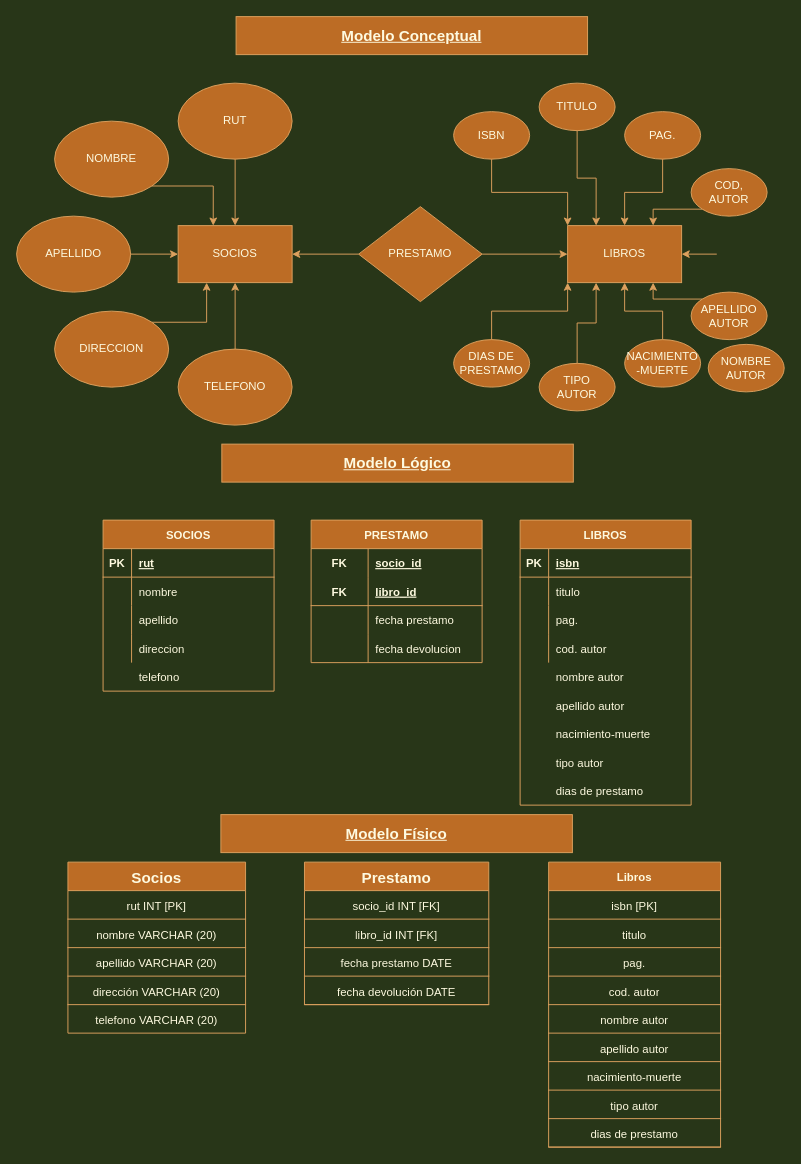
LinkCL001/Prueba_Biblioteca keeps this draw.io diagram as Untitled Diagram.drawio. Above is the earlier version. Source tidied: cells renumbered, new cells numbered last; positions are measured from the earlier drawing's top-left corner, leaving out a move shared by most shapes. Both pictures are drawn from the tidied source at 95%, with x=0, y=0 at pixel (16, 16).
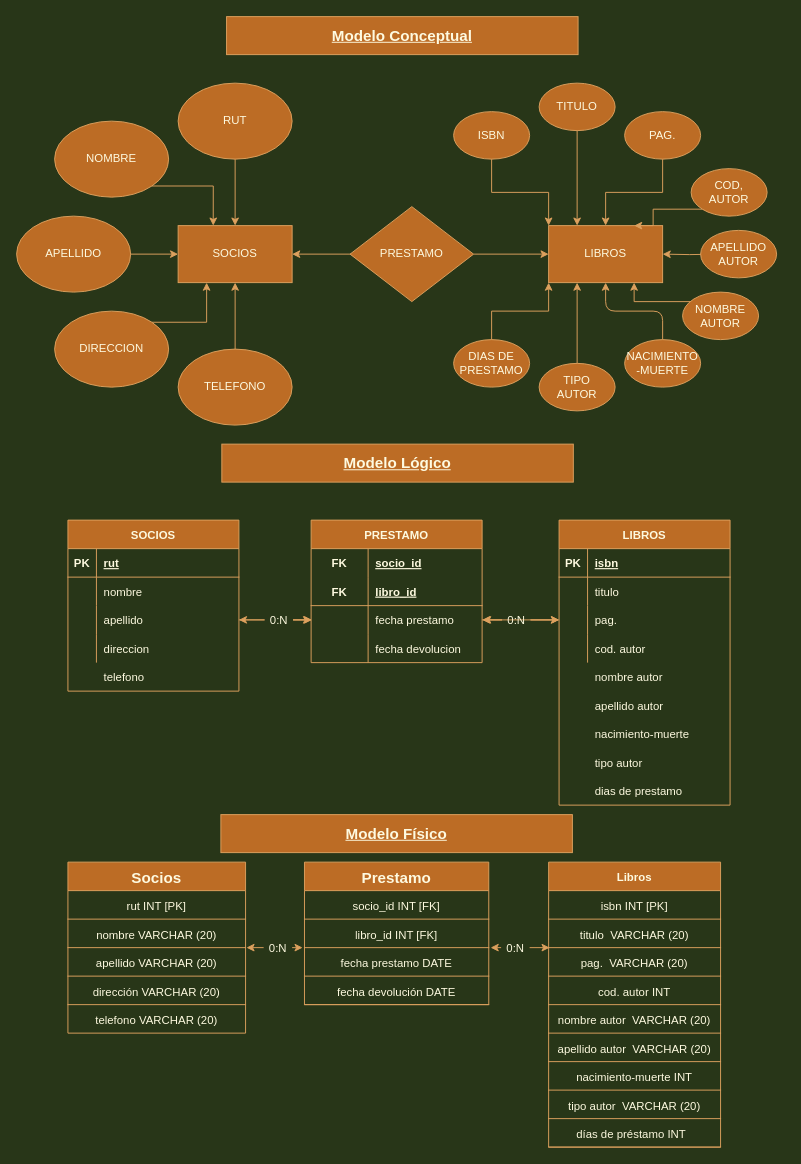
After the change.

The change refers to these unchanged cells:
```xml
<mxCell id="30" value="NACIMIENTO&lt;br&gt;-MUERTE" style="ellipse;whiteSpace=wrap;html=1;fillColor=#BC6C25;strokeColor=#DDA15E;fontColor=#FEFAE0;" parent="1" vertex="1">
  <mxGeometry x="640" y="340" width="80" height="50" as="geometry" />
</mxCell>
<mxCell id="42" style="shape=partialRectangle;fillColor=none;top=0;left=0;bottom=0;right=0;points=[[0,0.5],[1,0.5]];portConstraint=eastwest;strokeColor=#DDA15E;fontColor=#FEFAE0;" parent="35" vertex="1">
  <mxGeometry y="90" width="180" height="30" as="geometry" />
</mxCell>
<mxCell id="55" style="shape=partialRectangle;fillColor=none;top=0;left=0;bottom=0;right=0;points=[[0,0.5],[1,0.5]];portConstraint=eastwest;strokeColor=#DDA15E;fontColor=#FEFAE0;" parent="48" vertex="1">
  <mxGeometry y="90" width="180" height="30" as="geometry" />
</mxCell>
<mxCell id="68" style="shape=partialRectangle;fillColor=none;top=0;left=0;bottom=0;right=0;points=[[0,0.5],[1,0.5]];portConstraint=eastwest;strokeColor=#DDA15E;fontColor=#FEFAE0;" parent="61" vertex="1">
  <mxGeometry y="90" width="180" height="30" as="geometry" />
</mxCell>
<mxCell id="88" style="shape=partialRectangle;html=1;whiteSpace=wrap;fillColor=none;top=0;left=0;bottom=1;right=0;points=[[0,0.5],[1,0.5]];portConstraint=eastwest;fontSize=16;strokeColor=#DDA15E;fontColor=#FEFAE0;" parent="83" vertex="1">
  <mxGeometry y="90" width="187" height="30" as="geometry" />
</mxCell>
<mxCell id="98" style="shape=partialRectangle;html=1;whiteSpace=wrap;fillColor=none;top=0;left=0;bottom=1;right=0;points=[[0,0.5],[1,0.5]];portConstraint=eastwest;fontSize=16;strokeColor=#DDA15E;fontColor=#FEFAE0;" parent="93" vertex="1">
  <mxGeometry y="90" width="194" height="30" as="geometry" />
</mxCell>
<mxCell id="103" style="shape=partialRectangle;html=1;whiteSpace=wrap;fillColor=none;top=0;left=0;bottom=1;right=0;fontSize=16;strokeColor=#DDA15E;fontColor=#FEFAE0;" parent="102" vertex="1">
  <mxGeometry y="30" width="181" height="30" as="geometry" />
</mxCell>
<mxCell id="105" style="shape=partialRectangle;html=1;whiteSpace=wrap;fillColor=none;top=0;left=0;bottom=1;right=0;fontSize=16;strokeColor=#DDA15E;fontColor=#FEFAE0;" parent="102" vertex="1">
  <mxGeometry y="60" width="181" height="30" as="geometry" />
</mxCell>
<mxCell id="107" style="shape=partialRectangle;html=1;whiteSpace=wrap;fillColor=none;top=0;left=0;bottom=1;right=0;points=[[0,0.5],[1,0.5]];portConstraint=eastwest;fontSize=16;strokeColor=#DDA15E;fontColor=#FEFAE0;" parent="102" vertex="1">
  <mxGeometry y="90" width="181" height="30" as="geometry" />
</mxCell>
<mxCell id="109" style="shape=partialRectangle;html=1;whiteSpace=wrap;fillColor=none;top=0;left=0;bottom=1;right=0;fontSize=16;strokeColor=#DDA15E;fontColor=#FEFAE0;" parent="102" vertex="1">
  <mxGeometry y="120" width="181" height="30" as="geometry" />
</mxCell>
<mxCell id="113" style="shape=partialRectangle;html=1;whiteSpace=wrap;fillColor=none;top=0;left=0;bottom=1;right=0;fontSize=16;strokeColor=#DDA15E;fontColor=#FEFAE0;" parent="102" vertex="1">
  <mxGeometry y="180" width="181" height="30" as="geometry" />
</mxCell>
<mxCell id="115" style="shape=partialRectangle;html=1;whiteSpace=wrap;fillColor=none;top=0;left=0;bottom=1;right=0;fontSize=16;strokeColor=#DDA15E;fontColor=#FEFAE0;" parent="102" vertex="1">
  <mxGeometry y="210" width="181" height="30" as="geometry" />
</mxCell>
<mxCell id="117" style="shape=partialRectangle;html=1;whiteSpace=wrap;fillColor=none;top=0;left=0;bottom=1;right=0;fontSize=16;strokeColor=#DDA15E;fontColor=#FEFAE0;" parent="102" vertex="1">
  <mxGeometry y="240" width="181" height="30" as="geometry" />
</mxCell>
<mxCell id="119" style="shape=partialRectangle;html=1;whiteSpace=wrap;fillColor=none;top=0;left=0;bottom=1;right=0;fontSize=16;strokeColor=#DDA15E;fontColor=#FEFAE0;" parent="102" vertex="1">
  <mxGeometry y="270" width="181" height="30" as="geometry" />
</mxCell>
```

The edit, as a diff of the source:
```diff
@@
     <mxCell id="3" value="LIBROS" style="rounded=0;whiteSpace=wrap;html=1;fillColor=#BC6C25;strokeColor=#DDA15E;fontColor=#FEFAE0;" parent="1" vertex="1">
-      <mxGeometry x="580" y="220" width="120" height="60" as="geometry" />
+      <mxGeometry x="560" y="220" width="120" height="60" as="geometry" />
     </mxCell>
@@
     <mxCell id="16" value="&lt;span&gt;PRESTAMO&lt;/span&gt;" style="rhombus;whiteSpace=wrap;html=1;fillColor=#BC6C25;strokeColor=#DDA15E;fontColor=#FEFAE0;" parent="1" vertex="1">
-      <mxGeometry x="360" y="200" width="130" height="100" as="geometry" />
+      <mxGeometry x="351" y="200" width="130" height="100" as="geometry" />
     </mxCell>
@@
+    <mxCell id="122" style="edgeStyle=orthogonalEdgeStyle;rounded=0;jettySize=auto;html=1;exitX=0;exitY=0;exitDx=0;exitDy=0;entryX=0.75;entryY=1;entryDx=0;entryDy=0;strokeColor=#DDA15E;fontColor=#FEFAE0;labelBackgroundColor=#283618;" parent="1" edge="1" source="26" target="3">
+      <mxGeometry relative="1" as="geometry">
+        <Array as="points">
+          <mxPoint x="713" y="300" />
+          <mxPoint x="650" y="300" />
+        </Array>
+      </mxGeometry>
+    </mxCell>
     <mxCell id="26" value="NOMBRE&lt;br&gt;AUTOR" style="ellipse;whiteSpace=wrap;html=1;fillColor=#BC6C25;strokeColor=#DDA15E;fontColor=#FEFAE0;" parent="1" vertex="1">
-      <mxGeometry x="728" y="345" width="80" height="50" as="geometry" />
+      <mxGeometry x="701" y="290" width="80" height="50" as="geometry" />
     </mxCell>
-    <mxCell id="27" style="edgeStyle=orthogonalEdgeStyle;rounded=0;jettySize=auto;html=1;exitX=0;exitY=0;exitDx=0;exitDy=0;entryX=0.75;entryY=1;entryDx=0;entryDy=0;strokeColor=#DDA15E;fontColor=#FEFAE0;labelBackgroundColor=#283618;" parent="1" edge="1" source="28" target="3">
-      <mxGeometry relative="1" as="geometry">
-        <Array as="points">
-          <mxPoint x="670" y="297" />
-        </Array>
-      </mxGeometry>
-    </mxCell>
     <mxCell id="28" value="APELLIDO&lt;br&gt;AUTOR" style="ellipse;whiteSpace=wrap;html=1;fillColor=#BC6C25;strokeColor=#DDA15E;fontColor=#FEFAE0;" parent="1" vertex="1">
-      <mxGeometry x="710" y="290" width="80" height="50" as="geometry" />
+      <mxGeometry x="720" y="225" width="80" height="50" as="geometry" />
     </mxCell>
-    <mxCell id="29" style="edgeStyle=orthogonalEdgeStyle;rounded=0;jettySize=auto;html=1;exitX=0.5;exitY=0;exitDx=0;exitDy=0;entryX=0.5;entryY=1;entryDx=0;entryDy=0;strokeColor=#DDA15E;fontColor=#FEFAE0;labelBackgroundColor=#283618;" parent="1" edge="1" source="30" target="3">
+    <mxCell id="29" style="edgeStyle=orthogonalEdgeStyle;curved=0;rounded=1;sketch=0;jettySize=auto;html=1;exitX=0.5;exitY=0;exitDx=0;exitDy=0;entryX=0.5;entryY=1;entryDx=0;entryDy=0;fontColor=#FEFAE0;strokeColor=#DDA15E;fillColor=#BC6C25;" parent="1" edge="1" source="30" target="3">
       <mxGeometry relative="1" as="geometry" />
     </mxCell>
@@
     <mxCell id="35" value="SOCIOS" style="shape=table;startSize=30;childLayout=tableLayout;rowLines=0;fontStyle=1;align=center;fillColor=#BC6C25;strokeColor=#DDA15E;fontColor=#FEFAE0;" parent="1" vertex="1">
-      <mxGeometry x="91" y="530" width="180" height="180" as="geometry" />
+      <mxGeometry x="54" y="530" width="180" height="180" as="geometry" />
     </mxCell>
@@
     <mxCell id="61" value="LIBROS" style="shape=table;startSize=30;childLayout=tableLayout;rowLines=0;fontStyle=1;align=center;fillColor=#BC6C25;strokeColor=#DDA15E;fontColor=#FEFAE0;" parent="1" vertex="1">
-      <mxGeometry x="530" y="530" width="180" height="300" as="geometry" />
+      <mxGeometry x="571" y="530" width="180" height="300" as="geometry" />
     </mxCell>
@@
     <mxCell id="74" value="telefono" style="shape=partialRectangle;fillColor=none;top=0;left=0;bottom=0;right=0;align=left;spacingLeft=6;overflow=hidden;strokeColor=#DDA15E;fontColor=#FEFAE0;" parent="1" vertex="1">
-      <mxGeometry x="121" y="680" width="150" height="30" as="geometry" />
+      <mxGeometry x="84" y="680" width="150" height="30" as="geometry" />
     </mxCell>
     <mxCell id="75" value="nombre autor" style="shape=partialRectangle;fillColor=none;top=0;left=0;bottom=0;right=0;align=left;spacingLeft=6;overflow=hidden;strokeColor=#DDA15E;fontColor=#FEFAE0;" parent="1" vertex="1">
-      <mxGeometry x="560" y="680" width="150" height="30" as="geometry" />
+      <mxGeometry x="601" y="680" width="150" height="30" as="geometry" />
     </mxCell>
     <mxCell id="76" value="apellido autor" style="shape=partialRectangle;fillColor=none;top=0;left=0;bottom=0;right=0;align=left;spacingLeft=6;overflow=hidden;strokeColor=#DDA15E;fontColor=#FEFAE0;" parent="1" vertex="1">
-      <mxGeometry x="560" y="710" width="150" height="30" as="geometry" />
+      <mxGeometry x="601" y="710" width="150" height="30" as="geometry" />
     </mxCell>
     <mxCell id="77" value="nacimiento-muerte" style="shape=partialRectangle;fillColor=none;top=0;left=0;bottom=0;right=0;align=left;spacingLeft=6;overflow=hidden;strokeColor=#DDA15E;fontColor=#FEFAE0;" parent="1" vertex="1">
-      <mxGeometry x="560" y="740" width="150" height="30" as="geometry" />
+      <mxGeometry x="601" y="740" width="150" height="30" as="geometry" />
     </mxCell>
     <mxCell id="78" value="tipo autor" style="shape=partialRectangle;fillColor=none;top=0;left=0;bottom=0;right=0;align=left;spacingLeft=6;overflow=hidden;strokeColor=#DDA15E;fontColor=#FEFAE0;" parent="1" vertex="1">
-      <mxGeometry x="560" y="770" width="150" height="30" as="geometry" />
+      <mxGeometry x="601" y="770" width="150" height="30" as="geometry" />
     </mxCell>
     <mxCell id="79" value="dias de prestamo" style="shape=partialRectangle;fillColor=none;top=0;left=0;bottom=0;right=0;align=left;spacingLeft=6;overflow=hidden;strokeColor=#DDA15E;fontColor=#FEFAE0;" parent="1" vertex="1">
-      <mxGeometry x="560" y="800" width="150" height="30" as="geometry" />
+      <mxGeometry x="601" y="800" width="150" height="30" as="geometry" />
     </mxCell>
     <mxCell id="80" value="Modelo Conceptual" style="text;html=1;strokeColor=#DDA15E;fillColor=#BC6C25;align=center;verticalAlign=middle;whiteSpace=wrap;rounded=0;fontSize=16;fontStyle=5;fontColor=#FEFAE0;" parent="1" vertex="1">
-      <mxGeometry x="231" width="370" height="40" as="geometry" />
+      <mxGeometry x="221" width="370" height="40" as="geometry" />
     </mxCell>
@@
-    <mxCell id="104" value="&lt;span style=&quot;font-size: 12px ; text-align: left&quot;&gt;isbn [PK]&lt;/span&gt;" style="shape=partialRectangle;html=1;whiteSpace=wrap;fillColor=none;top=0;left=0;bottom=0;right=0;overflow=hidden;fontSize=16;strokeColor=#DDA15E;fontColor=#FEFAE0;" parent="103" vertex="1">
+    <mxCell id="104" value="&lt;span style=&quot;font-size: 12px ; text-align: left&quot;&gt;isbn INT [PK]&lt;/span&gt;" style="shape=partialRectangle;html=1;whiteSpace=wrap;fillColor=none;top=0;left=0;bottom=0;right=0;overflow=hidden;fontSize=16;strokeColor=#DDA15E;fontColor=#FEFAE0;" parent="103" vertex="1">
       <mxGeometry width="181" height="30" as="geometry" />
     </mxCell>
@@
-    <mxCell id="106" value="&lt;span style=&quot;font-size: 12px ; text-align: left&quot;&gt;titulo&lt;/span&gt;" style="shape=partialRectangle;html=1;whiteSpace=wrap;fillColor=none;top=0;left=0;bottom=0;right=0;overflow=hidden;fontSize=16;strokeColor=#DDA15E;fontColor=#FEFAE0;" parent="105" vertex="1">
+    <mxCell id="106" value="&lt;span style=&quot;font-size: 12px ; text-align: left&quot;&gt;titulo&amp;nbsp;&lt;/span&gt;&lt;span style=&quot;font-size: 12px ; text-align: left&quot;&gt;&amp;nbsp;VARCHAR (20)&lt;/span&gt;" style="shape=partialRectangle;html=1;whiteSpace=wrap;fillColor=none;top=0;left=0;bottom=0;right=0;overflow=hidden;fontSize=16;strokeColor=#DDA15E;fontColor=#FEFAE0;" parent="105" vertex="1">
       <mxGeometry width="181" height="30" as="geometry" />
     </mxCell>
@@
-    <mxCell id="108" value="&lt;span style=&quot;font-size: 12px ; text-align: left&quot;&gt;pag.&lt;/span&gt;" style="shape=partialRectangle;html=1;whiteSpace=wrap;fillColor=none;top=0;left=0;bottom=0;right=0;overflow=hidden;fontSize=16;strokeColor=#DDA15E;fontColor=#FEFAE0;" parent="107" vertex="1">
+    <mxCell id="108" value="&lt;span style=&quot;font-size: 12px ; text-align: left&quot;&gt;pag.&amp;nbsp;&lt;/span&gt;&lt;span style=&quot;font-size: 12px ; text-align: left&quot;&gt;&amp;nbsp;VARCHAR (20)&lt;/span&gt;" style="shape=partialRectangle;html=1;whiteSpace=wrap;fillColor=none;top=0;left=0;bottom=0;right=0;overflow=hidden;fontSize=16;strokeColor=#DDA15E;fontColor=#FEFAE0;" parent="107" vertex="1">
       <mxGeometry width="181" height="30" as="geometry" />
     </mxCell>
@@
-    <mxCell id="110" value="&lt;span style=&quot;font-size: 12px ; text-align: left&quot;&gt;cod. autor&lt;/span&gt;" style="shape=partialRectangle;html=1;whiteSpace=wrap;fillColor=none;top=0;left=0;bottom=0;right=0;overflow=hidden;fontSize=16;strokeColor=#DDA15E;fontColor=#FEFAE0;" parent="109" vertex="1">
+    <mxCell id="110" value="&lt;span style=&quot;font-size: 12px ; text-align: left&quot;&gt;cod. autor INT&lt;/span&gt;" style="shape=partialRectangle;html=1;whiteSpace=wrap;fillColor=none;top=0;left=0;bottom=0;right=0;overflow=hidden;fontSize=16;strokeColor=#DDA15E;fontColor=#FEFAE0;" parent="109" vertex="1">
       <mxGeometry width="181" height="30" as="geometry" />
     </mxCell>
@@
-    <mxCell id="114" value="&lt;font style=&quot;font-size: 12px&quot;&gt;apellido autor&lt;/font&gt;" style="shape=partialRectangle;html=1;whiteSpace=wrap;fillColor=none;top=0;left=0;bottom=0;right=0;overflow=hidden;fontSize=16;strokeColor=#DDA15E;fontColor=#FEFAE0;" parent="113" vertex="1">
+    <mxCell id="114" value="&lt;font style=&quot;font-size: 12px&quot;&gt;apellido autor&amp;nbsp;&lt;/font&gt;&lt;span style=&quot;font-size: 12px ; text-align: left&quot;&gt;&amp;nbsp;VARCHAR (20)&lt;/span&gt;" style="shape=partialRectangle;html=1;whiteSpace=wrap;fillColor=none;top=0;left=0;bottom=0;right=0;overflow=hidden;fontSize=16;strokeColor=#DDA15E;fontColor=#FEFAE0;" parent="113" vertex="1">
       <mxGeometry width="181" height="30" as="geometry" />
     </mxCell>
@@
-    <mxCell id="116" value="&lt;font style=&quot;font-size: 12px&quot;&gt;nacimiento-muerte&lt;/font&gt;" style="shape=partialRectangle;html=1;whiteSpace=wrap;fillColor=none;top=0;left=0;bottom=0;right=0;overflow=hidden;fontSize=16;strokeColor=#DDA15E;fontColor=#FEFAE0;" parent="115" vertex="1">
+    <mxCell id="116" value="&lt;font style=&quot;font-size: 12px&quot;&gt;nacimiento-muerte INT&lt;/font&gt;" style="shape=partialRectangle;html=1;whiteSpace=wrap;fillColor=none;top=0;left=0;bottom=0;right=0;overflow=hidden;fontSize=16;strokeColor=#DDA15E;fontColor=#FEFAE0;" parent="115" vertex="1">
       <mxGeometry width="181" height="30" as="geometry" />
     </mxCell>
@@
-    <mxCell id="118" value="&lt;font style=&quot;font-size: 12px&quot;&gt;tipo autor&lt;/font&gt;" style="shape=partialRectangle;html=1;whiteSpace=wrap;fillColor=none;top=0;left=0;bottom=0;right=0;overflow=hidden;fontSize=16;strokeColor=#DDA15E;fontColor=#FEFAE0;" parent="117" vertex="1">
+    <mxCell id="118" value="&lt;font style=&quot;font-size: 12px&quot;&gt;tipo autor&amp;nbsp;&lt;/font&gt;&lt;span style=&quot;font-size: 12px ; text-align: left&quot;&gt;&amp;nbsp;VARCHAR (20)&lt;/span&gt;" style="shape=partialRectangle;html=1;whiteSpace=wrap;fillColor=none;top=0;left=0;bottom=0;right=0;overflow=hidden;fontSize=16;strokeColor=#DDA15E;fontColor=#FEFAE0;" parent="117" vertex="1">
       <mxGeometry width="181" height="30" as="geometry" />
     </mxCell>
@@
-    <mxCell id="120" value="&lt;font style=&quot;font-size: 12px&quot;&gt;dias de prestamo&lt;/font&gt;" style="shape=partialRectangle;html=1;whiteSpace=wrap;fillColor=none;top=0;left=0;bottom=0;right=0;overflow=hidden;fontSize=16;strokeColor=#DDA15E;fontColor=#FEFAE0;" parent="119" vertex="1">
+    <mxCell id="120" value="&lt;font style=&quot;font-size: 12px&quot;&gt;días de préstamo INT&amp;nbsp;&amp;nbsp;&lt;/font&gt;" style="shape=partialRectangle;html=1;whiteSpace=wrap;fillColor=none;top=0;left=0;bottom=0;right=0;overflow=hidden;fontSize=16;strokeColor=#DDA15E;fontColor=#FEFAE0;" parent="119" vertex="1">
       <mxGeometry width="181" height="30" as="geometry" />
     </mxCell>
-    <mxCell id="121" value="&lt;span style=&quot;font-size: 12px ; text-align: left&quot;&gt;nombre autor&lt;/span&gt;" style="shape=partialRectangle;html=1;whiteSpace=wrap;fillColor=none;top=0;left=0;bottom=0;right=0;overflow=hidden;fontSize=16;strokeColor=#DDA15E;fontColor=#FEFAE0;" parent="1" vertex="1">
+    <mxCell id="121" value="&lt;span style=&quot;font-size: 12px ; text-align: left&quot;&gt;nombre autor&amp;nbsp;&lt;/span&gt;&lt;span style=&quot;font-size: 12px ; text-align: left&quot;&gt;&amp;nbsp;VARCHAR (20)&lt;/span&gt;" style="shape=partialRectangle;html=1;whiteSpace=wrap;fillColor=none;top=0;left=0;bottom=0;right=0;overflow=hidden;fontSize=16;strokeColor=#DDA15E;fontColor=#FEFAE0;" parent="1" vertex="1">
       <mxGeometry x="560" y="1040" width="181" height="30" as="geometry" />
     </mxCell>
+    <mxCell id="123" style="edgeStyle=orthogonalEdgeStyle;curved=0;rounded=1;sketch=0;jettySize=auto;html=1;exitX=1;exitY=0.5;exitDx=0;exitDy=0;entryX=0;entryY=0.5;entryDx=0;entryDy=0;fontColor=#FEFAE0;strokeColor=#DDA15E;fillColor=#BC6C25;startArrow=none;" parent="1" edge="1" source="133" target="55">
+      <mxGeometry relative="1" as="geometry" />
+    </mxCell>
+    <mxCell id="124" style="edgeStyle=orthogonalEdgeStyle;curved=0;rounded=1;sketch=0;jettySize=auto;html=1;exitX=0;exitY=0.5;exitDx=0;exitDy=0;entryX=1;entryY=0.5;entryDx=0;entryDy=0;fontColor=#FEFAE0;strokeColor=#DDA15E;fillColor=#BC6C25;startArrow=none;" parent="1" edge="1" source="133" target="42">
+      <mxGeometry relative="1" as="geometry" />
+    </mxCell>
+    <mxCell id="125" style="edgeStyle=orthogonalEdgeStyle;curved=0;rounded=1;sketch=0;jettySize=auto;html=1;exitX=1;exitY=0.5;exitDx=0;exitDy=0;fontColor=#FEFAE0;strokeColor=#DDA15E;fillColor=#BC6C25;entryX=0;entryY=0.5;entryDx=0;entryDy=0;" parent="1" edge="1" source="55" target="68">
+      <mxGeometry relative="1" as="geometry" />
+    </mxCell>
+    <mxCell id="126" style="edgeStyle=orthogonalEdgeStyle;curved=0;rounded=1;sketch=0;jettySize=auto;html=1;exitX=0;exitY=0.5;exitDx=0;exitDy=0;entryX=1;entryY=0.5;entryDx=0;entryDy=0;fontColor=#FEFAE0;strokeColor=#DDA15E;fillColor=#BC6C25;startArrow=none;" parent="1" edge="1" source="131" target="55">
+      <mxGeometry relative="1" as="geometry" />
+    </mxCell>
+    <mxCell id="127" style="edgeStyle=orthogonalEdgeStyle;curved=0;rounded=1;sketch=0;jettySize=auto;html=1;exitX=1;exitY=0.5;exitDx=0;exitDy=0;fontColor=#FEFAE0;strokeColor=#DDA15E;fillColor=#BC6C25;" parent="1" edge="1" source="133">
+      <mxGeometry relative="1" as="geometry">
+        <mxPoint x="311" y="635" as="targetPoint" />
+      </mxGeometry>
+    </mxCell>
+    <mxCell id="128" style="edgeStyle=orthogonalEdgeStyle;curved=0;rounded=1;sketch=0;jettySize=auto;html=1;exitX=0;exitY=0.5;exitDx=0;exitDy=0;entryX=1;entryY=0.5;entryDx=0;entryDy=0;fontColor=#FEFAE0;strokeColor=#DDA15E;fillColor=#BC6C25;endArrow=none;" parent="1" edge="1" source="55" target="133">
+      <mxGeometry relative="1" as="geometry" />
+    </mxCell>
+    <mxCell id="129" style="edgeStyle=orthogonalEdgeStyle;curved=0;rounded=1;sketch=0;jettySize=auto;html=1;exitX=1;exitY=0.5;exitDx=0;exitDy=0;fontColor=#FEFAE0;strokeColor=#DDA15E;fillColor=#BC6C25;" parent="1" edge="1" source="131">
+      <mxGeometry relative="1" as="geometry">
+        <mxPoint x="571" y="635" as="targetPoint" />
+      </mxGeometry>
+    </mxCell>
+    <mxCell id="130" style="edgeStyle=orthogonalEdgeStyle;curved=0;rounded=1;sketch=0;jettySize=auto;html=1;exitX=0;exitY=0.5;exitDx=0;exitDy=0;fontColor=#FEFAE0;strokeColor=#DDA15E;fillColor=#BC6C25;" parent="1" edge="1" source="131">
+      <mxGeometry relative="1" as="geometry">
+        <mxPoint x="491" y="635" as="targetPoint" />
+      </mxGeometry>
+    </mxCell>
+    <mxCell id="131" value="0:N" style="text;strokeColor=none;fillColor=none;align=left;verticalAlign=middle;spacingLeft=4;spacingRight=4;overflow=hidden;points=[[0,0.5],[1,0.5]];portConstraint=eastwest;rounded=0;sketch=0;fontColor=#FEFAE0;" parent="1" vertex="1">
+      <mxGeometry x="511" y="620" width="30" height="30" as="geometry" />
+    </mxCell>
+    <mxCell id="132" style="edgeStyle=orthogonalEdgeStyle;curved=0;rounded=1;sketch=0;jettySize=auto;html=1;exitX=0;exitY=0.5;exitDx=0;exitDy=0;entryX=1;entryY=0.5;entryDx=0;entryDy=0;fontColor=#FEFAE0;strokeColor=#DDA15E;fillColor=#BC6C25;endArrow=none;" parent="1" edge="1" source="68" target="131">
+      <mxGeometry relative="1" as="geometry" />
+    </mxCell>
+    <mxCell id="133" value="0:N" style="text;strokeColor=none;fillColor=none;align=left;verticalAlign=middle;spacingLeft=4;spacingRight=4;overflow=hidden;points=[[0,0.5],[1,0.5]];portConstraint=eastwest;rounded=0;sketch=0;fontColor=#FEFAE0;" parent="1" vertex="1">
+      <mxGeometry x="261" y="620" width="30" height="30" as="geometry" />
+    </mxCell>
+    <mxCell id="134" style="edgeStyle=orthogonalEdgeStyle;curved=0;rounded=1;sketch=0;jettySize=auto;html=1;exitX=1;exitY=0.5;exitDx=0;exitDy=0;entryX=0;entryY=0.5;entryDx=0;entryDy=0;fontColor=#FEFAE0;strokeColor=#DDA15E;fillColor=#BC6C25;endArrow=none;" parent="1" edge="1" source="42" target="133">
+      <mxGeometry relative="1" as="geometry" />
+    </mxCell>
+    <mxCell id="135" style="edgeStyle=orthogonalEdgeStyle;curved=0;rounded=1;sketch=0;jettySize=auto;html=1;exitX=1;exitY=0.5;exitDx=0;exitDy=0;entryX=-0.01;entryY=0;entryDx=0;entryDy=0;entryPerimeter=0;fontColor=#FEFAE0;strokeColor=#DDA15E;fillColor=#BC6C25;" parent="1" edge="1" source="137" target="98">
+      <mxGeometry relative="1" as="geometry" />
+    </mxCell>
+    <mxCell id="136" style="edgeStyle=orthogonalEdgeStyle;curved=0;rounded=1;sketch=0;jettySize=auto;html=1;exitX=0;exitY=0.5;exitDx=0;exitDy=0;entryX=1.005;entryY=0.033;entryDx=0;entryDy=0;entryPerimeter=0;fontColor=#FEFAE0;strokeColor=#DDA15E;fillColor=#BC6C25;" parent="1" edge="1" source="137" target="88">
+      <mxGeometry relative="1" as="geometry" />
+    </mxCell>
+    <mxCell id="137" value="0:N" style="text;strokeColor=none;fillColor=none;align=left;verticalAlign=middle;spacingLeft=4;spacingRight=4;overflow=hidden;points=[[0,0.5],[1,0.5]];portConstraint=eastwest;rounded=0;sketch=0;fontColor=#FEFAE0;" parent="1" vertex="1">
+      <mxGeometry x="260" y="965" width="30" height="30" as="geometry" />
+    </mxCell>
+    <mxCell id="138" style="edgeStyle=orthogonalEdgeStyle;curved=0;rounded=1;sketch=0;jettySize=auto;html=1;exitX=0;exitY=0.5;exitDx=0;exitDy=0;entryX=1.01;entryY=0;entryDx=0;entryDy=0;entryPerimeter=0;fontColor=#FEFAE0;strokeColor=#DDA15E;fillColor=#BC6C25;" parent="1" edge="1" source="140" target="98">
+      <mxGeometry relative="1" as="geometry" />
+    </mxCell>
+    <mxCell id="139" style="edgeStyle=orthogonalEdgeStyle;curved=0;rounded=1;sketch=0;jettySize=auto;html=1;exitX=1;exitY=0.5;exitDx=0;exitDy=0;entryX=0.006;entryY=0;entryDx=0;entryDy=0;entryPerimeter=0;fontColor=#FEFAE0;strokeColor=#DDA15E;fillColor=#BC6C25;" parent="1" edge="1" source="140" target="107">
+      <mxGeometry relative="1" as="geometry" />
+    </mxCell>
+    <mxCell id="140" value="0:N" style="text;strokeColor=none;fillColor=none;align=left;verticalAlign=middle;spacingLeft=4;spacingRight=4;overflow=hidden;points=[[0,0.5],[1,0.5]];portConstraint=eastwest;rounded=0;sketch=0;fontColor=#FEFAE0;" parent="1" vertex="1">
+      <mxGeometry x="510" y="965" width="30" height="30" as="geometry" />
+    </mxCell>
```
